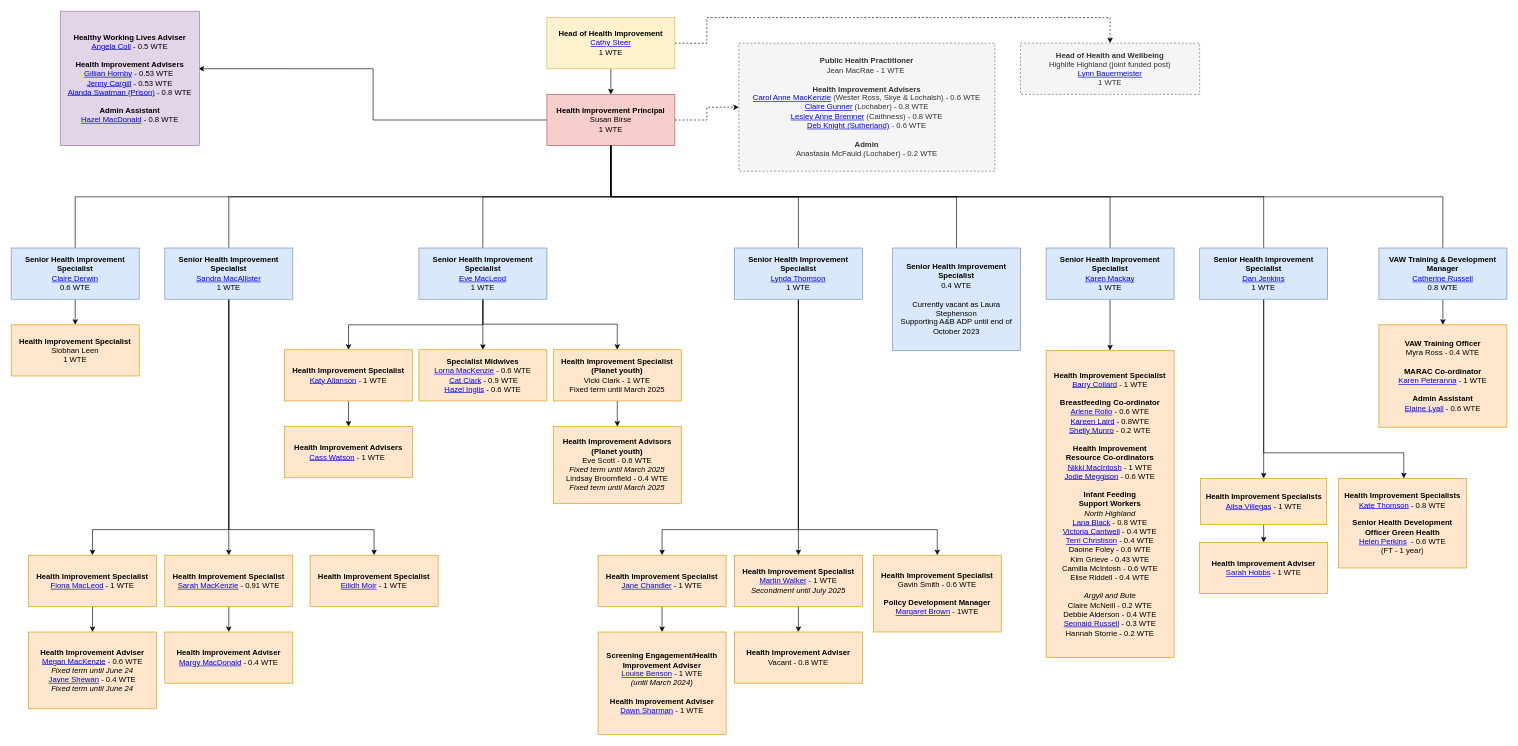
This is Untitled Diagram.drawio from barrycollard/staffOrgChart, a draw.io file, before an edit. Source tidied: cells renumbered, new cells numbered last; positions are measured from the earlier drawing's top-left corner, leaving out a move shared by most shapes. Both pictures are drawn from the tidied source at 64%, with x=0, y=0 at pixel (11, 11).
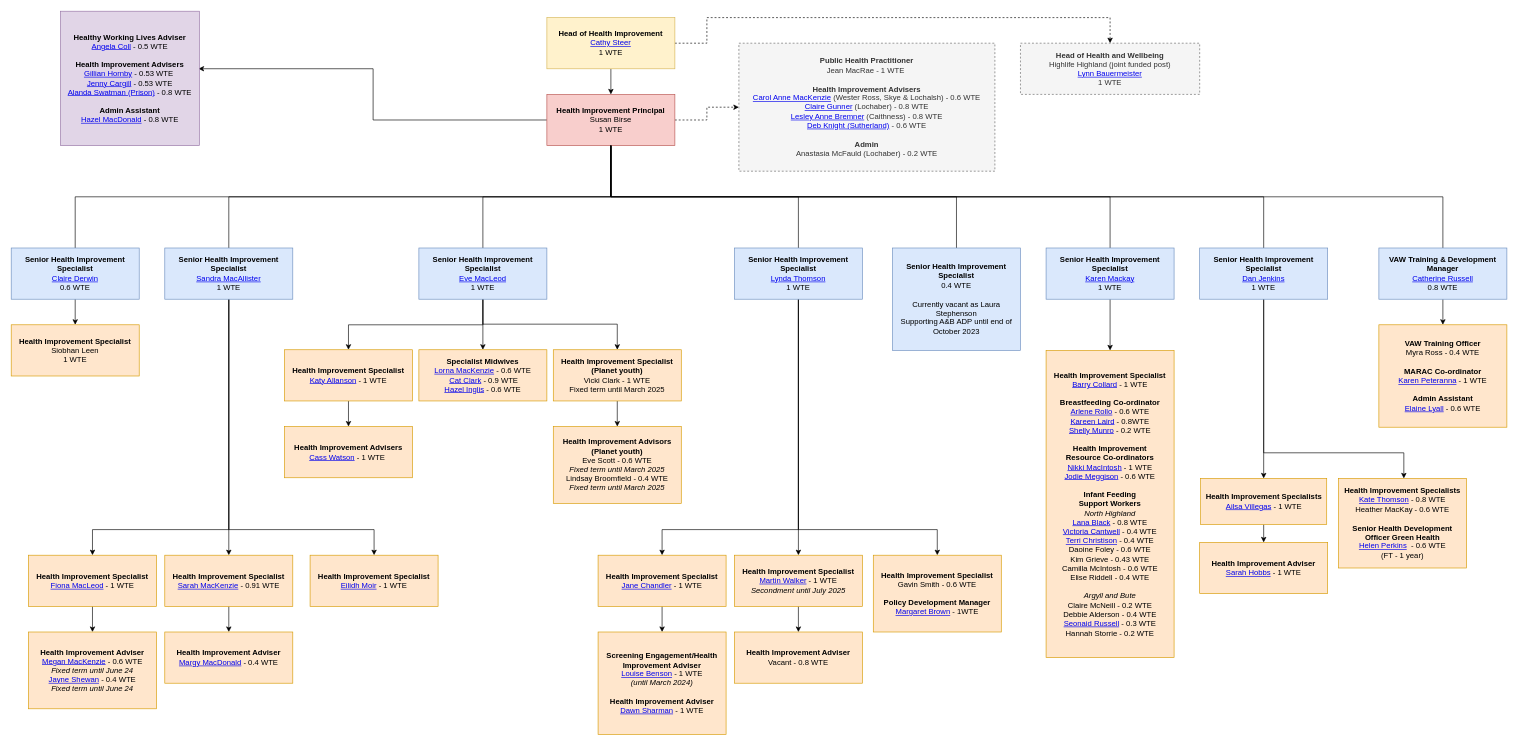
After the change.

Commit message:
Added Heather MacKay

What changed in the source:
```diff
@@
-    <mxCell id="48" value="&lt;div&gt;&lt;b&gt;Health Improvement Specialists&lt;/b&gt;&lt;/div&gt;&lt;div style=&quot;border-color: var(--border-color);&quot;&gt;&lt;/div&gt;&lt;a href=&quot;https://nhshighland.publichealth.scot.nhs.uk/staff/kate-thomson/&quot;&gt;Kate Thomson&lt;/a&gt;&amp;nbsp;- 0.8 WTE&lt;br&gt;&lt;br&gt;&lt;div style=&quot;border-color: var(--border-color);&quot;&gt;&lt;b style=&quot;border-color: var(--border-color); background-color: initial;&quot;&gt;Senior Health Development Officer Green Health&lt;/b&gt;&lt;br style=&quot;border-color: var(--border-color);&quot;&gt;&lt;/div&gt;&lt;a href=&quot;https://nhshighland.publichealth.scot.nhs.uk/staff/helen-perkins/&quot;&gt;Helen Perkins&lt;/a&gt;&amp;nbsp;&lt;span style=&quot;background-color: initial;&quot;&gt;&amp;nbsp;- 0.6 WTE&lt;/span&gt;&lt;br&gt;&lt;div style=&quot;border-color: var(--border-color);&quot;&gt;(FT - 1 year)&lt;/div&gt;" style="rounded=0;whiteSpace=wrap;html=1;fillColor=#ffe6cc;strokeColor=#d79b00;" parent="1" vertex="1">
+    <mxCell id="48" value="&lt;div&gt;&lt;b&gt;Health Improvement Specialists&lt;/b&gt;&lt;/div&gt;&lt;div style=&quot;border-color: var(--border-color);&quot;&gt;&lt;/div&gt;&lt;a href=&quot;https://nhshighland.publichealth.scot.nhs.uk/staff/kate-thomson/&quot;&gt;Kate Thomson&lt;/a&gt;&amp;nbsp;- 0.8 WTE&lt;br&gt;Heather MacKay - 0.6 WTE&lt;br&gt;&lt;br&gt;&lt;div style=&quot;border-color: var(--border-color);&quot;&gt;&lt;b style=&quot;border-color: var(--border-color); background-color: initial;&quot;&gt;Senior Health Development Officer Green Health&lt;/b&gt;&lt;br style=&quot;border-color: var(--border-color);&quot;&gt;&lt;/div&gt;&lt;a href=&quot;https://nhshighland.publichealth.scot.nhs.uk/staff/helen-perkins/&quot;&gt;Helen Perkins&lt;/a&gt;&amp;nbsp;&lt;span style=&quot;background-color: initial;&quot;&gt;&amp;nbsp;- 0.6 WTE&lt;/span&gt;&lt;br&gt;&lt;div style=&quot;border-color: var(--border-color);&quot;&gt;(FT - 1 year)&lt;/div&gt;" style="rounded=0;whiteSpace=wrap;html=1;fillColor=#ffe6cc;strokeColor=#d79b00;" parent="1" vertex="1">
       <mxGeometry x="2074" y="730" width="200" height="140" as="geometry" />
     </mxCell>
```
